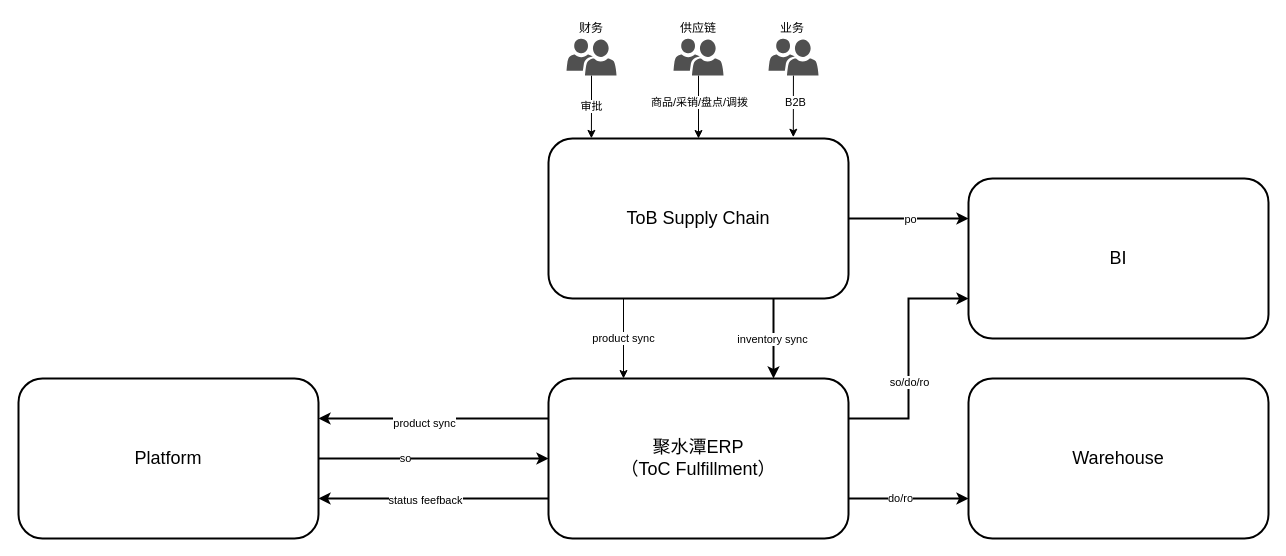
jackie-thank/beego-authz keeps this draw.io diagram as 未命名绘图.drawio. Above is the earlier version. Source tidied: cells renumbered, new cells numbered last; positions are measured from the earlier drawing's top-left corner, leaving out a move shared by most shapes. Both pictures are drawn from the tidied source at 100%, with x=0, y=0 at pixel (18, 17).
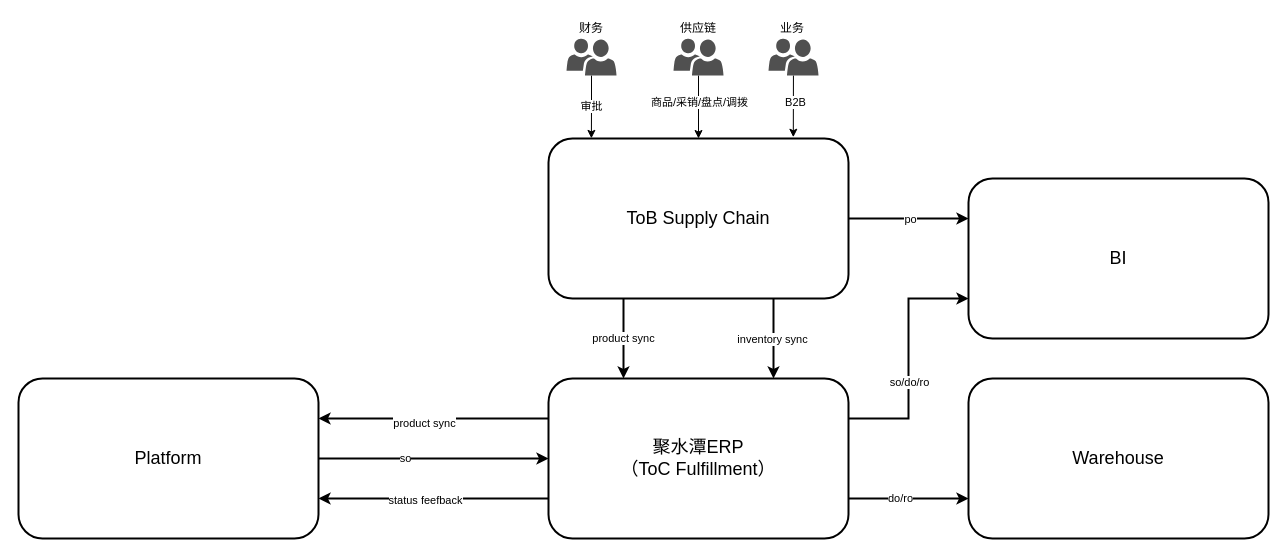
The same page after the edit.

Commit message:
更新未命名绘图.drawio

The change refers to these unchanged cells:
```xml
<mxCell id="7" value="ToB Supply Chain" style="rounded=1;whiteSpace=wrap;html=1;strokeWidth=2;fontSize=18;" parent="1" vertex="1">
  <mxGeometry x="530" y="121" width="300" height="160" as="geometry" />
</mxCell>
<mxCell id="16" value="&lt;div&gt;聚水潭ERP&lt;/div&gt;（ToC Fulfillment）" style="rounded=1;whiteSpace=wrap;html=1;strokeWidth=2;fontSize=18;" parent="1" vertex="1">
  <mxGeometry x="530" y="361" width="300" height="160" as="geometry" />
</mxCell>
```

Change to the diagram source:
```diff
@@
-    <mxCell id="6" value="product sync" style="edgeStyle=none;rounded=0;jettySize=auto;html=1;exitX=0.25;exitY=1;exitDx=0;exitDy=0;entryX=0.25;entryY=0;entryDx=0;entryDy=0;" parent="1" edge="1" source="7" target="16">
+    <mxCell id="6" value="product sync" style="edgeStyle=none;rounded=0;jettySize=auto;html=1;exitX=0.25;exitY=1;exitDx=0;exitDy=0;entryX=0.25;entryY=0;entryDx=0;entryDy=0;strokeWidth=2;" parent="1" edge="1" source="7" target="16">
       <mxGeometry relative="1" as="geometry" />
     </mxCell>
```
